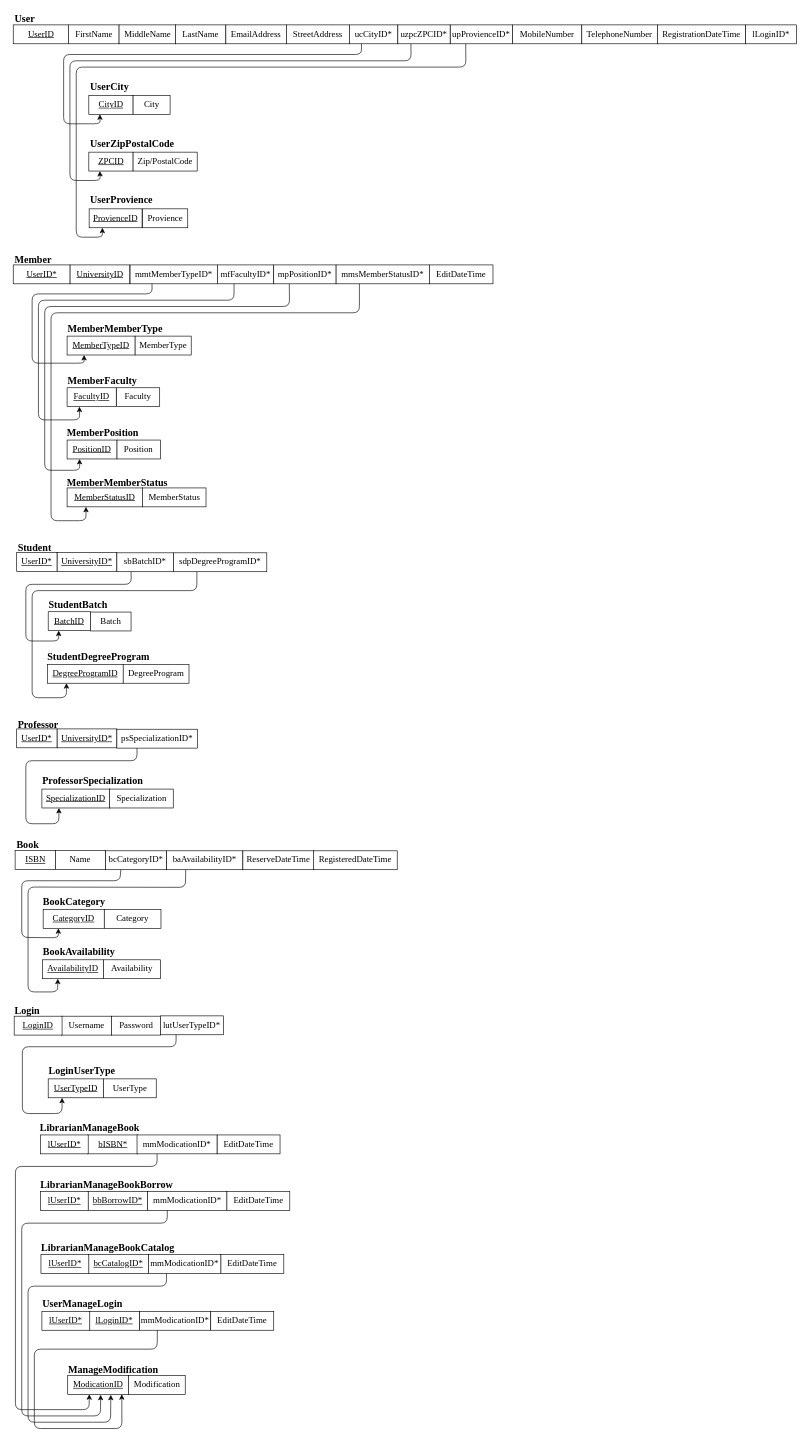
Before: Documentation/Database/3.RelationalSchema_SecondNormalization/lsulibraryDB_RelationalSchema_2NF.drawio in hvlhasanka/Pearson_HND_Computing_Y1S2-Unit10_Web_Design_and_Development, a draw.io diagram. Source tidied: cells renumbered, new cells numbered last; positions are measured from the earlier drawing's top-left corner, leaving out a move shared by most shapes. Both pictures are drawn from the tidied source at 63%, with x=0, y=0 at pixel (13, 11).
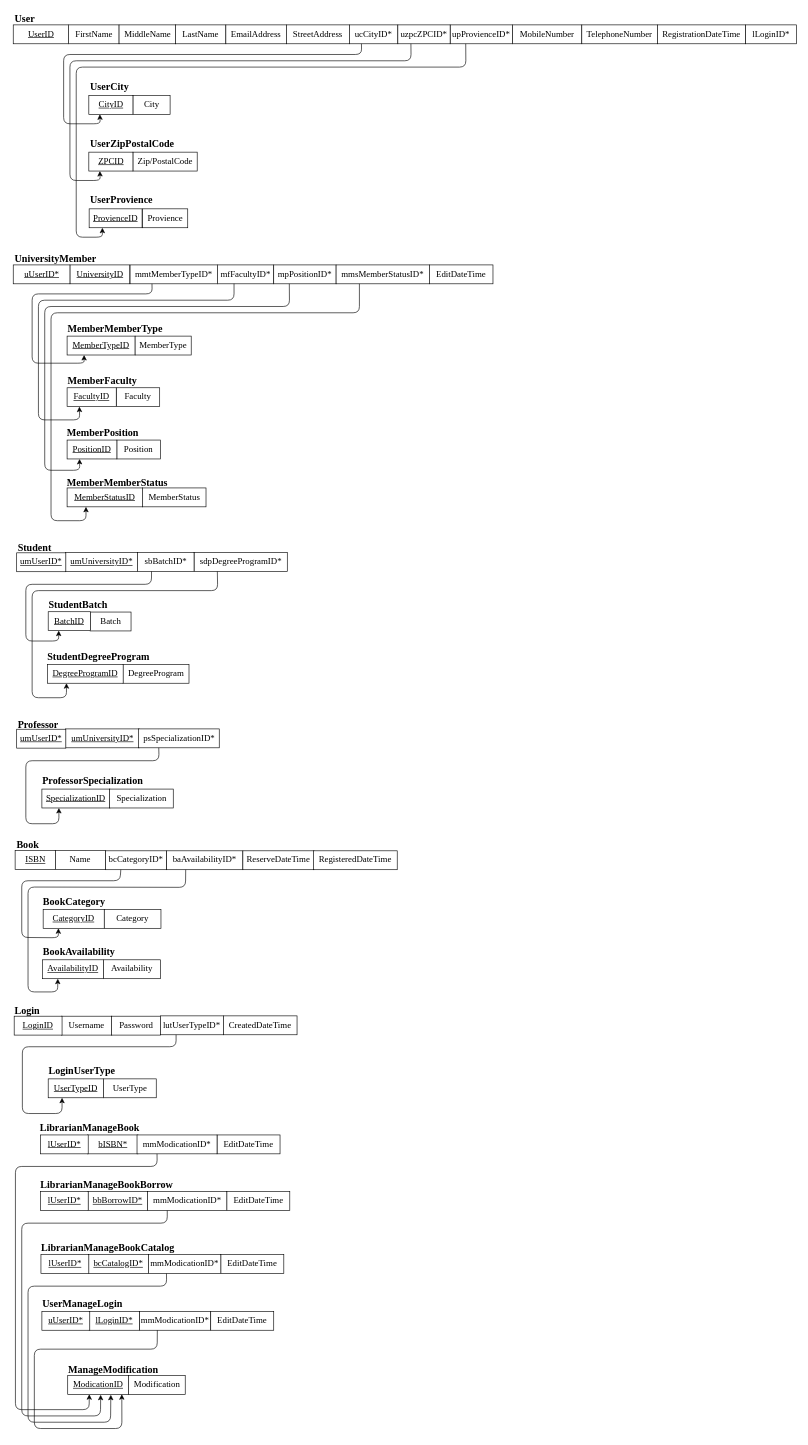
Above is the later version.

Unchanged cells that the change refers to:
```xml
<mxCell id="63" value="BatchID" style="rounded=0;whiteSpace=wrap;html=1;fontSize=14;fontFamily=Times New Roman;fontStyle=4;" parent="1" vertex="1">
  <mxGeometry x="56" y="953.5" width="67" height="30" as="geometry" />
</mxCell>
<mxCell id="66" value="DegreeProgramID" style="rounded=0;whiteSpace=wrap;html=1;fontSize=14;fontFamily=Times New Roman;fontStyle=4;" parent="1" vertex="1">
  <mxGeometry x="55" y="1037" width="120" height="30" as="geometry" />
</mxCell>
<mxCell id="70" value="SpecializationID" style="rounded=0;whiteSpace=wrap;html=1;fontSize=14;fontFamily=Times New Roman;fontStyle=4;" parent="1" vertex="1">
  <mxGeometry x="46" y="1235" width="108" height="30" as="geometry" />
</mxCell>
```

What changed in the source:
```diff
@@
-    <mxCell id="28" value="&lt;font face=&quot;Times New Roman&quot;&gt;Member&lt;/font&gt;" style="text;html=1;align=left;verticalAlign=top;spacingTop=-4;fontSize=16;fontStyle=1;" parent="1" vertex="1">
-      <mxGeometry x="0.5" y="383" width="70" height="20" as="geometry" />
+    <mxCell id="28" value="&lt;font face=&quot;Times New Roman&quot;&gt;UniversityMember&lt;/font&gt;" style="text;html=1;align=left;verticalAlign=top;spacingTop=-4;fontSize=16;fontStyle=1;" parent="1" vertex="1">
+      <mxGeometry x="0.5" y="381" width="140" height="20" as="geometry" />
     </mxCell>
@@
-    <mxCell id="35" value="UserID*" style="rounded=0;whiteSpace=wrap;html=1;fontSize=14;fontFamily=Times New Roman;fontStyle=4;" parent="1" vertex="1">
+    <mxCell id="35" value="uUserID*" style="rounded=0;whiteSpace=wrap;html=1;fontSize=14;fontFamily=Times New Roman;fontStyle=4;" parent="1" vertex="1">
       <mxGeometry x="0.5" y="403" width="90" height="30" as="geometry" />
     </mxCell>
@@
-    <mxCell id="53" value="UniversityID*" style="rounded=0;whiteSpace=wrap;html=1;fontSize=14;fontFamily=Times New Roman;fontStyle=4;" parent="1" vertex="1">
-      <mxGeometry x="70" y="859.5" width="95" height="30" as="geometry" />
+    <mxCell id="53" value="umUniversityID*" style="rounded=0;whiteSpace=wrap;html=1;fontSize=14;fontFamily=Times New Roman;fontStyle=4;" parent="1" vertex="1">
+      <mxGeometry x="83.5" y="859.5" width="114" height="30" as="geometry" />
     </mxCell>
     <mxCell id="54" value="sdpDegreeProgramID*" style="rounded=0;whiteSpace=wrap;html=1;fontSize=14;fontFamily=Times New Roman;" parent="1" vertex="1">
-      <mxGeometry x="255" y="860" width="148" height="30" as="geometry" />
+      <mxGeometry x="287.5" y="859.5" width="148" height="30" as="geometry" />
     </mxCell>
     <mxCell id="55" value="sbBatchID*" style="rounded=0;whiteSpace=wrap;html=1;fontSize=14;fontFamily=Times New Roman;" parent="1" vertex="1">
-      <mxGeometry x="165" y="860" width="90" height="30" as="geometry" />
+      <mxGeometry x="197.5" y="859.5" width="90" height="30" as="geometry" />
     </mxCell>
-    <mxCell id="56" value="UserID*" style="rounded=0;whiteSpace=wrap;html=1;fontSize=14;fontFamily=Times New Roman;fontStyle=4;" parent="1" vertex="1">
-      <mxGeometry x="6" y="859.5" width="64" height="30" as="geometry" />
+    <mxCell id="56" value="umUserID*" style="rounded=0;whiteSpace=wrap;html=1;fontSize=14;fontFamily=Times New Roman;fontStyle=4;" parent="1" vertex="1">
+      <mxGeometry x="6" y="860" width="78" height="30" as="geometry" />
     </mxCell>
@@
-    <mxCell id="58" value="UniversityID*" style="rounded=0;whiteSpace=wrap;html=1;fontSize=14;fontFamily=Times New Roman;fontStyle=4;" parent="1" vertex="1">
-      <mxGeometry x="70" y="1139.5" width="95" height="30" as="geometry" />
+    <mxCell id="58" value="umUniversityID*" style="rounded=0;whiteSpace=wrap;html=1;fontSize=14;fontFamily=Times New Roman;fontStyle=4;" parent="1" vertex="1">
+      <mxGeometry x="83.5" y="1139.5" width="117" height="30" as="geometry" />
     </mxCell>
     <mxCell id="59" value="psSpecializationID*" style="rounded=0;whiteSpace=wrap;html=1;fontSize=14;fontFamily=Times New Roman;" parent="1" vertex="1">
-      <mxGeometry x="165" y="1140" width="128" height="30" as="geometry" />
+      <mxGeometry x="199.5" y="1139.5" width="128" height="30" as="geometry" />
     </mxCell>
-    <mxCell id="60" value="UserID*" style="rounded=0;whiteSpace=wrap;html=1;fontSize=14;fontFamily=Times New Roman;fontStyle=4;" parent="1" vertex="1">
-      <mxGeometry x="6" y="1139.5" width="64" height="30" as="geometry" />
+    <mxCell id="60" value="umUserID*" style="rounded=0;whiteSpace=wrap;html=1;fontSize=14;fontFamily=Times New Roman;fontStyle=4;" parent="1" vertex="1">
+      <mxGeometry x="6" y="1140" width="78" height="30" as="geometry" />
     </mxCell>
@@
     <mxCell id="67" style="endArrow=classic;html=1;entryX=0.25;entryY=1;entryDx=0;entryDy=0;exitX=0.25;exitY=1;exitDx=0;exitDy=0;" parent="1" edge="1" source="55" target="63">
       <mxGeometry relative="1" as="geometry">
         <Array as="points">
-          <mxPoint x="188" y="910" />
+          <mxPoint x="220" y="910" />
           <mxPoint x="20.5" y="910" />
           <mxPoint x="20.5" y="1000" />
           <mxPoint x="72.5" y="1000" />
         </Array>
       </mxGeometry>
     </mxCell>
     <mxCell id="68" style="endArrow=classic;html=1;entryX=0.25;entryY=1;entryDx=0;entryDy=0;exitX=0.25;exitY=1;exitDx=0;exitDy=0;" parent="1" edge="1" source="54" target="66">
       <mxGeometry relative="1" as="geometry">
         <Array as="points">
-          <mxPoint x="292" y="920" />
+          <mxPoint x="325" y="920" />
           <mxPoint x="30.5" y="920" />
           <mxPoint x="30.5" y="1090" />
           <mxPoint x="85" y="1090" />
         </Array>
       </mxGeometry>
     </mxCell>
@@
     <mxCell id="72" style="endArrow=classic;html=1;entryX=0.25;entryY=1;entryDx=0;entryDy=0;exitX=0.25;exitY=1;exitDx=0;exitDy=0;" parent="1" edge="1" source="59" target="70">
       <mxGeometry relative="1" as="geometry">
         <Array as="points">
-          <mxPoint x="197" y="1190" />
+          <mxPoint x="232" y="1190" />
           <mxPoint x="20.5" y="1190" />
           <mxPoint x="20.5" y="1290" />
           <mxPoint x="73" y="1290" />
         </Array>
       </mxGeometry>
     </mxCell>
@@
-    <mxCell id="96" value="lUserID*" style="rounded=0;whiteSpace=wrap;html=1;fontSize=14;fontFamily=Times New Roman;fontStyle=4;" parent="1" vertex="1">
+    <mxCell id="96" value="uUserID*" style="rounded=0;whiteSpace=wrap;html=1;fontSize=14;fontFamily=Times New Roman;fontStyle=4;" parent="1" vertex="1">
       <mxGeometry x="46" y="2064" width="76" height="30" as="geometry" />
     </mxCell>
@@
+    <mxCell id="125" value="CreatedDateTime" style="rounded=0;whiteSpace=wrap;html=1;fontSize=14;fontFamily=Times New Roman;" parent="1" vertex="1">
+      <mxGeometry x="334" y="1595" width="117" height="30" as="geometry" />
+    </mxCell>
```
